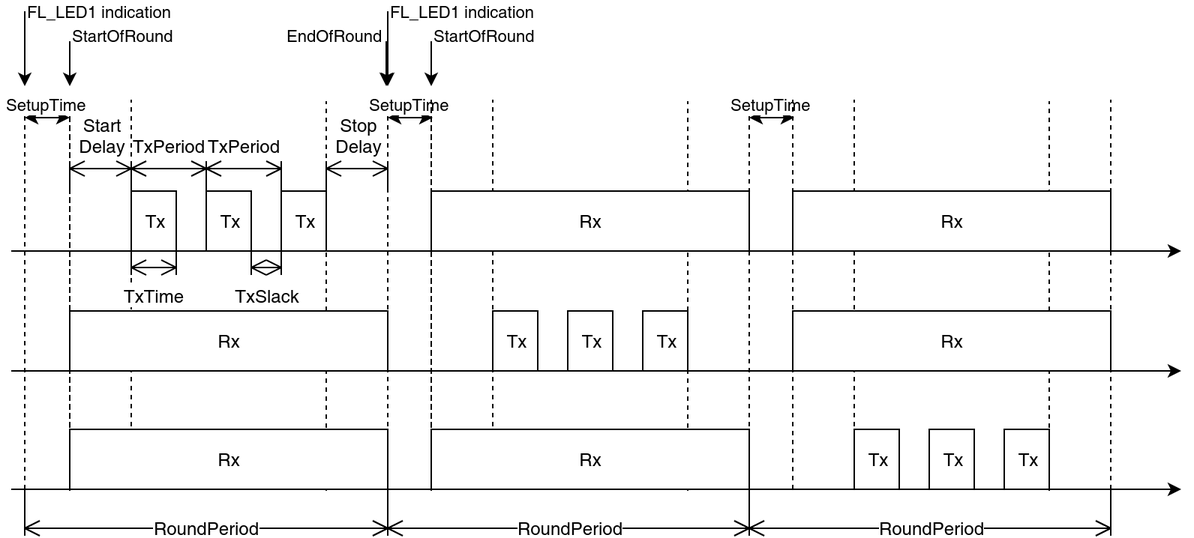
The draw.io diagram Figures/linktest_timing.png in ETHZ-TEC/flora-linktest, before a commit. Source tidied: cells renumbered, new cells last; positions are measured from the earlier drawing's top-left corner, leaving out a move shared by most shapes.
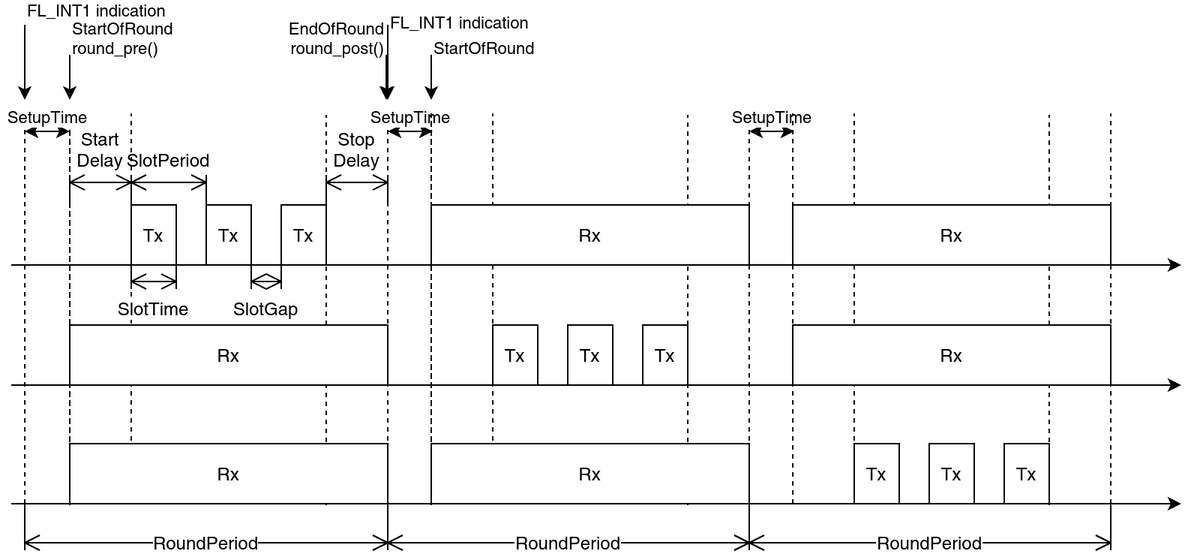
After the commit.

Commit message:
restructured code to support different linktest variants (e.g. floods instead of p2p)

The edit, as a diff of the source:
```diff
@@ -38,22 +38,19 @@
     <mxCell id="8" value="Start&lt;br&gt;Delay" style="shape=dimension;direction=west;whiteSpace=wrap;html=1;align=center;verticalAlign=bottom;spacingTop=-8;labelBackgroundColor=#ffffff;labelPosition=center;verticalLabelPosition=top;" parent="1" vertex="1">
       <mxGeometry x="39" y="100" width="41" height="20" as="geometry" />
     </mxCell>
-    <mxCell id="9" value="TxPeriod" style="shape=dimension;direction=west;whiteSpace=wrap;html=1;align=center;verticalAlign=bottom;spacingTop=-8;labelBackgroundColor=#ffffff;labelPosition=center;verticalLabelPosition=top;" parent="1" vertex="1">
+    <mxCell id="9" value="SlotPeriod" style="shape=dimension;direction=west;whiteSpace=wrap;html=1;align=center;verticalAlign=bottom;spacingTop=-8;labelBackgroundColor=#ffffff;labelPosition=center;verticalLabelPosition=top;" parent="1" vertex="1">
       <mxGeometry x="80" y="100" width="50" height="20" as="geometry" />
     </mxCell>
     <mxCell id="10" value="Tx" style="rounded=0;whiteSpace=wrap;html=1;" parent="1" vertex="1">
       <mxGeometry x="130" y="120" width="30" height="40" as="geometry" />
     </mxCell>
-    <mxCell id="11" value="TxPeriod" style="shape=dimension;direction=west;whiteSpace=wrap;html=1;align=center;verticalAlign=bottom;spacingTop=-8;labelBackgroundColor=#ffffff;labelPosition=center;verticalLabelPosition=top;" parent="1" vertex="1">
-      <mxGeometry x="130" y="100" width="50" height="20" as="geometry" />
-    </mxCell>
     <mxCell id="12" value="Tx" style="rounded=0;whiteSpace=wrap;html=1;" parent="1" vertex="1">
       <mxGeometry x="180" y="120" width="30" height="40" as="geometry" />
     </mxCell>
     <mxCell id="13" value="RoundPeriod" style="shape=dimension;whiteSpace=wrap;html=1;align=center;verticalAlign=bottom;spacingBottom=-5;labelBackgroundColor=#ffffff;" parent="1" vertex="1">
       <mxGeometry x="9" y="319" width="242" height="31" as="geometry" />
     </mxCell>
-    <mxCell id="14" value="TxSlack" style="shape=dimension;whiteSpace=wrap;html=1;align=center;verticalAlign=top;spacingBottom=-5;labelBackgroundColor=#ffffff;labelPosition=center;verticalLabelPosition=bottom;" parent="1" vertex="1">
+    <mxCell id="14" value="SlotGap" style="shape=dimension;whiteSpace=wrap;html=1;align=center;verticalAlign=top;spacingBottom=-5;labelBackgroundColor=#ffffff;labelPosition=center;verticalLabelPosition=bottom;" parent="1" vertex="1">
       <mxGeometry x="160" y="160" width="20" height="16" as="geometry" />
     </mxCell>
     <mxCell id="15" style="endArrow=none;dashed=1;html=1;" parent="1" edge="1">
@@ -107,7 +104,7 @@
     <mxCell id="24" value="Stop&lt;br&gt;Delay" style="shape=dimension;direction=west;whiteSpace=wrap;html=1;align=center;verticalAlign=bottom;spacingTop=-8;labelBackgroundColor=#ffffff;labelPosition=center;verticalLabelPosition=top;" parent="1" vertex="1">
       <mxGeometry x="210" y="100" width="41" height="20" as="geometry" />
     </mxCell>
-    <mxCell id="25" value="TxTime" style="shape=dimension;whiteSpace=wrap;html=1;align=center;verticalAlign=top;spacingBottom=-5;labelBackgroundColor=#ffffff;labelPosition=center;verticalLabelPosition=bottom;" parent="1" vertex="1">
+    <mxCell id="25" value="SlotTime" style="shape=dimension;whiteSpace=wrap;html=1;align=center;verticalAlign=top;spacingBottom=-5;labelBackgroundColor=#ffffff;labelPosition=center;verticalLabelPosition=bottom;" parent="1" vertex="1">
       <mxGeometry x="80" y="160" width="30" height="16" as="geometry" />
     </mxCell>
     <mxCell id="26" style="endArrow=none;dashed=1;html=1;" parent="1" edge="1">
@@ -212,25 +209,25 @@
     <mxCell id="48" value="RoundPeriod" style="shape=dimension;whiteSpace=wrap;html=1;align=center;verticalAlign=bottom;spacingBottom=-5;labelBackgroundColor=#ffffff;" parent="1" vertex="1">
       <mxGeometry x="492" y="319" width="241" height="31" as="geometry" />
     </mxCell>
-    <mxCell id="49" value="FL_LED1 indication" style="endArrow=classic;html=1;labelPosition=right;verticalLabelPosition=top;align=left;verticalAlign=bottom;" parent="1" edge="1">
-      <mxGeometry x="-0.67" relative="1" as="geometry">
+    <mxCell id="49" value="FL_INT1 indication" style="endArrow=classic;html=1;labelPosition=right;verticalLabelPosition=top;align=left;verticalAlign=bottom;" parent="1" edge="1">
+      <mxGeometry x="-1" relative="1" as="geometry">
         <mxPoint x="9" as="sourcePoint" />
         <mxPoint x="9" y="50" as="targetPoint" />
       </mxGeometry>
     </mxCell>
-    <mxCell id="50" value="StartOfRound" style="endArrow=classic;html=1;labelPosition=right;verticalLabelPosition=top;align=left;verticalAlign=bottom;" parent="1" edge="1">
+    <mxCell id="50" value="StartOfRound&lt;br&gt;round_pre()" style="endArrow=classic;html=1;labelPosition=right;verticalLabelPosition=top;align=left;verticalAlign=bottom;" parent="1" edge="1">
       <mxGeometry x="-0.67" relative="1" as="geometry">
         <mxPoint x="39" y="20" as="sourcePoint" />
         <mxPoint x="39" y="50" as="targetPoint" />
       </mxGeometry>
     </mxCell>
-    <mxCell id="51" value="EndOfRound" style="endArrow=classic;html=1;labelPosition=left;verticalLabelPosition=top;align=right;verticalAlign=bottom;" parent="1" edge="1">
+    <mxCell id="51" value="EndOfRound&lt;br&gt;round_post()" style="endArrow=classic;html=1;labelPosition=left;verticalLabelPosition=top;align=right;verticalAlign=bottom;" parent="1" edge="1">
       <mxGeometry x="-0.67" relative="1" as="geometry">
         <mxPoint x="250" y="20" as="sourcePoint" />
         <mxPoint x="250" y="50" as="targetPoint" />
       </mxGeometry>
     </mxCell>
-    <mxCell id="52" value="FL_LED1 indication" style="endArrow=classic;html=1;labelPosition=right;verticalLabelPosition=top;align=left;verticalAlign=bottom;" parent="1" edge="1">
+    <mxCell id="52" value="FL_INT1 indication" style="endArrow=classic;html=1;labelPosition=right;verticalLabelPosition=top;align=left;verticalAlign=bottom;" parent="1" edge="1">
       <mxGeometry x="-0.67" relative="1" as="geometry">
         <mxPoint x="251" as="sourcePoint" />
         <mxPoint x="251" y="50" as="targetPoint" />
```
